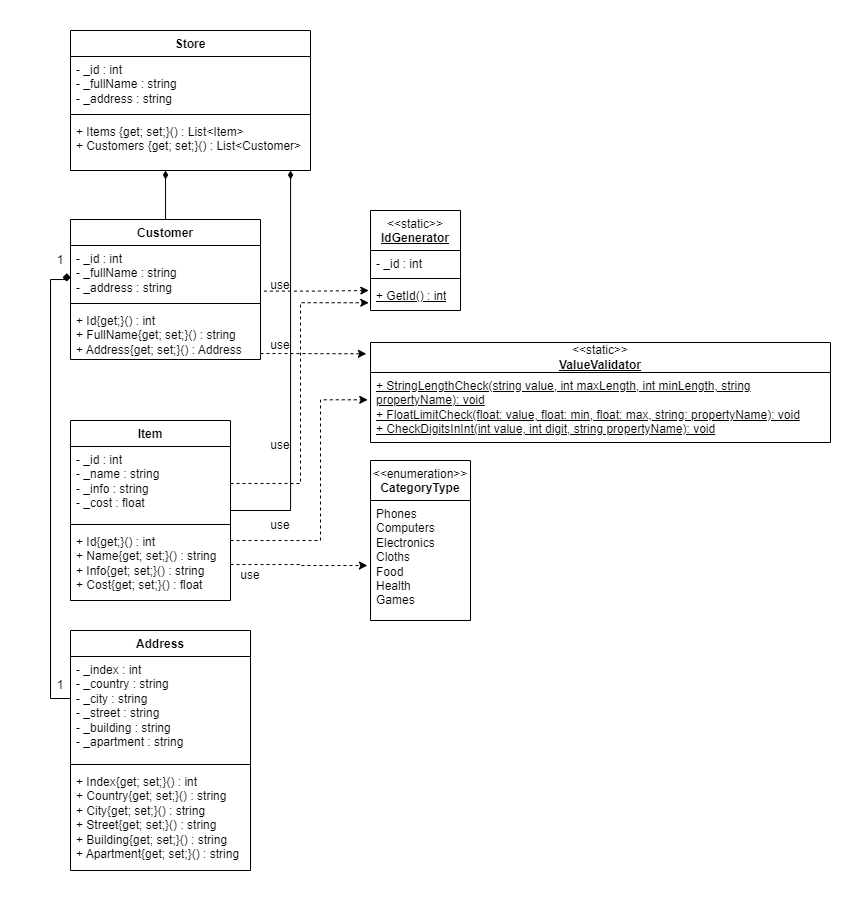
antoniocra04/oop-winform keeps this draw.io diagram as oop-winform/Diagram.drawio.png. Above is the earlier version. Source tidied: cells renumbered, new cells last; positions are measured from the earlier drawing's top-left corner, leaving out a move shared by most shapes.
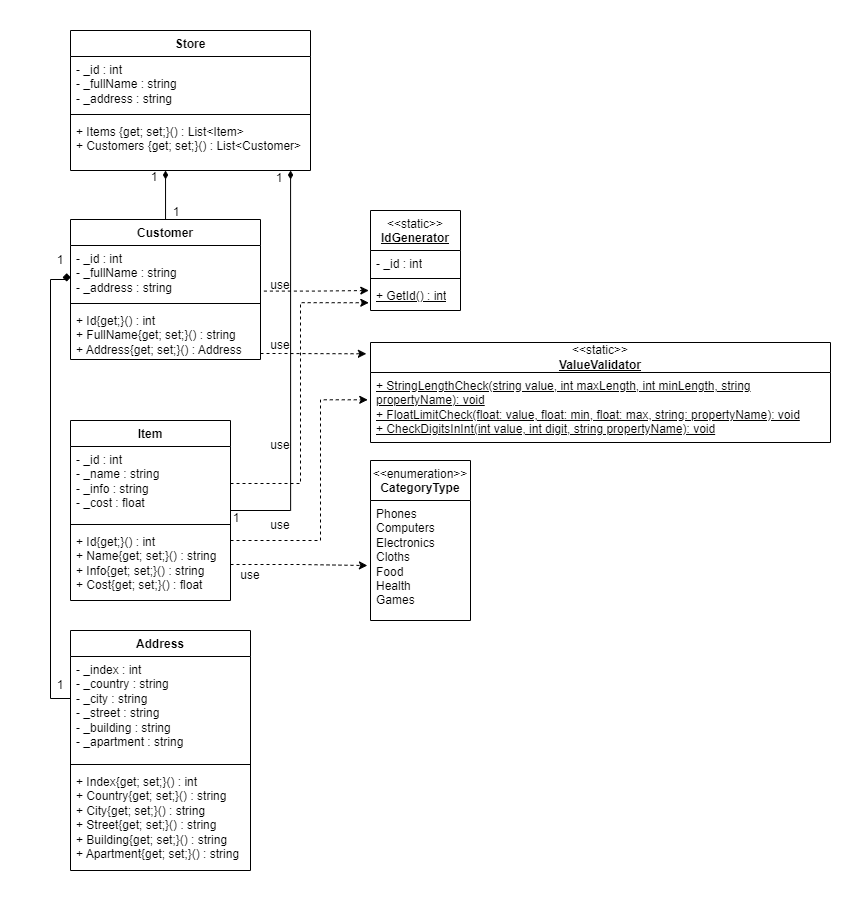
Above is the later version.

Commit message:
fix(sln): поправил диаграмму

Change to the diagram source:
```diff
@@ -138,5 +138,17 @@
         </Array>
       </mxGeometry>
     </mxCell>
+    <mxCell id="41" value="1" style="text;html=1;align=center;verticalAlign=middle;whiteSpace=wrap;rounded=0;" parent="1" vertex="1">
+      <mxGeometry x="109" y="132" width="30" height="30" as="geometry" />
+    </mxCell>
+    <mxCell id="42" value="1" style="text;html=1;align=center;verticalAlign=middle;whiteSpace=wrap;rounded=0;" parent="1" vertex="1">
+      <mxGeometry x="131" y="167" width="30" height="30" as="geometry" />
+    </mxCell>
+    <mxCell id="43" value="1" style="text;html=1;align=center;verticalAlign=middle;whiteSpace=wrap;rounded=0;" parent="1" vertex="1">
+      <mxGeometry x="234" y="133" width="30" height="30" as="geometry" />
+    </mxCell>
+    <mxCell id="44" value="1" style="text;html=1;align=center;verticalAlign=middle;whiteSpace=wrap;rounded=0;" parent="1" vertex="1">
+      <mxGeometry x="191" y="473" width="30" height="30" as="geometry" />
+    </mxCell>
   </root>
 </mxGraphModel>
```
